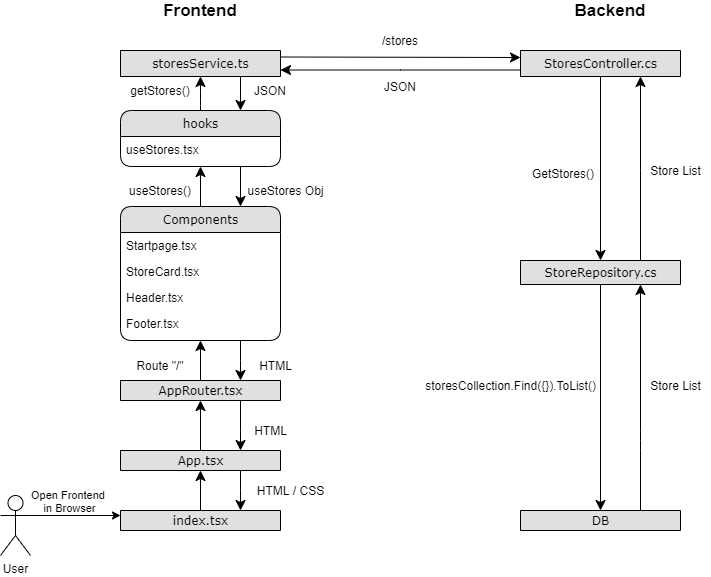
The draw.io diagram images/application_flow.png in seinol/capwatch-documentation, before a commit. Source tidied: cells renumbered, new cells last; positions are measured from the earlier drawing's top-left corner, leaving out a move shared by most shapes.
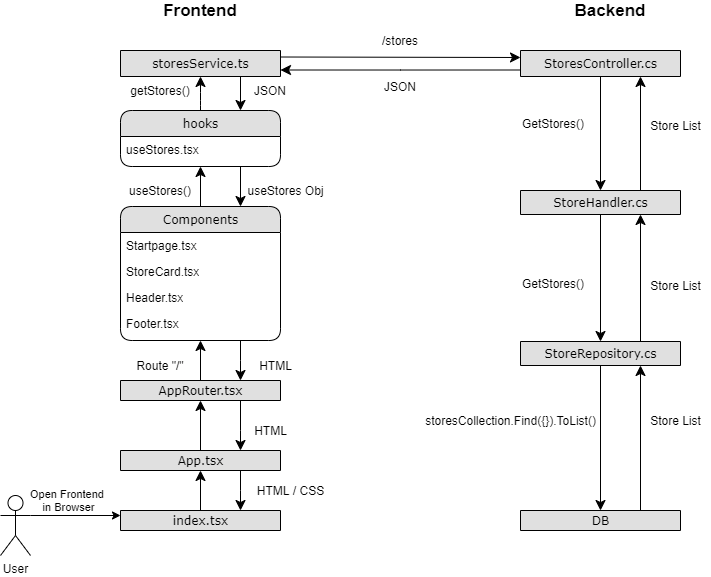
The same file after the commit.

Commit message:
fix: added StoreHandler Layer to Diagram

#CAPW-113

What changed in the source:
```diff
@@ -30,7 +30,7 @@
       <mxGeometry x="120" y="510" width="160" height="20" as="geometry" />
     </mxCell>
     <mxCell id="11" value="StoreRepository.cs" style="swimlane;html=1;fontStyle=0;horizontal=1;startSize=26;fillColor=#e0e0e0;swimlaneFillColor=#ffffff;align=center;rounded=1;shadow=0;comic=0;labelBackgroundColor=none;strokeWidth=1;fontFamily=Verdana;fontSize=12;" parent="1" vertex="1">
-      <mxGeometry x="520" y="260" width="160" height="24" as="geometry" />
+      <mxGeometry x="520" y="341" width="160" height="24" as="geometry" />
     </mxCell>
     <mxCell id="12" value="DB" style="swimlane;html=1;fontStyle=0;horizontal=1;startSize=26;fillColor=#e0e0e0;swimlaneFillColor=#ffffff;align=center;rounded=1;shadow=0;comic=0;labelBackgroundColor=none;strokeWidth=1;fontFamily=Verdana;fontSize=12;" parent="1" vertex="1">
       <mxGeometry x="520" y="510" width="160" height="20" as="geometry" />
@@ -51,7 +51,7 @@
     <mxCell id="16" style="edgeStyle=orthogonalEdgeStyle;html=1;labelBackgroundColor=none;startFill=1;startSize=8;endFill=0;endSize=8;fontFamily=Verdana;fontSize=12;startArrow=classic;endArrow=none;" parent="1" edge="1" source="12" target="11">
       <mxGeometry relative="1" as="geometry" />
     </mxCell>
-    <mxCell id="17" style="edgeStyle=orthogonalEdgeStyle;html=1;labelBackgroundColor=none;startFill=0;startSize=8;endFill=1;endSize=8;fontFamily=Verdana;fontSize=12;" parent="1" edge="1" source="4" target="11">
+    <mxCell id="17" style="edgeStyle=orthogonalEdgeStyle;html=1;labelBackgroundColor=none;startFill=0;startSize=8;endFill=1;endSize=8;fontFamily=Verdana;fontSize=12;entryX=0.5;entryY=0;entryDx=0;entryDy=0;" parent="1" edge="1" source="4" target="52">
       <mxGeometry relative="1" as="geometry" />
     </mxCell>
     <mxCell id="18" style="edgeStyle=orthogonalEdgeStyle;html=1;entryX=0;entryY=0.75;labelBackgroundColor=none;startFill=1;startSize=8;endFill=0;endSize=8;fontFamily=Verdana;fontSize=12;exitX=1;exitY=0.75;entryDx=0;entryDy=0;rounded=0;exitDx=0;exitDy=0;startArrow=classic;endArrow=none;" parent="1" edge="1" source="25" target="4">
@@ -71,23 +71,9 @@
         </Array>
       </mxGeometry>
     </mxCell>
-    <mxCell id="20" style="edgeStyle=orthogonalEdgeStyle;html=1;labelBackgroundColor=none;startFill=1;startSize=8;endFill=0;endSize=8;fontFamily=Verdana;fontSize=12;entryX=0.75;entryY=0;entryDx=0;entryDy=0;startArrow=classic;endArrow=none;" parent="1" edge="1" target="12">
-      <mxGeometry relative="1" as="geometry">
-        <mxPoint x="640" y="284" as="sourcePoint" />
-        <Array as="points">
-          <mxPoint x="640" y="440" />
-          <mxPoint x="640" y="440" />
-        </Array>
-      </mxGeometry>
+    <mxCell id="20" style="edgeStyle=orthogonalEdgeStyle;html=1;labelBackgroundColor=none;startFill=1;startSize=8;endFill=0;endSize=8;fontFamily=Verdana;fontSize=12;entryX=0.75;entryY=0;entryDx=0;entryDy=0;startArrow=classic;endArrow=none;exitX=0.75;exitY=1;exitDx=0;exitDy=0;" parent="1" edge="1" source="11" target="12">
+      <mxGeometry relative="1" as="geometry" />
     </mxCell>
-    <mxCell id="21" style="edgeStyle=orthogonalEdgeStyle;html=1;exitX=0.75;exitY=0;labelBackgroundColor=none;startFill=0;startSize=8;endFill=1;endSize=8;fontFamily=Verdana;fontSize=12;exitDx=0;exitDy=0;entryX=0.75;entryY=1;entryDx=0;entryDy=0;rounded=0;" parent="1" edge="1" source="11" target="4">
-      <mxGeometry relative="1" as="geometry">
-        <Array as="points">
-          <mxPoint x="640" y="170" />
-          <mxPoint x="640" y="170" />
-        </Array>
-      </mxGeometry>
-    </mxCell>
     <mxCell id="22" value="App.tsx" style="swimlane;html=1;fontStyle=0;horizontal=1;startSize=26;fillColor=#e0e0e0;swimlaneFillColor=#ffffff;align=center;rounded=1;shadow=0;comic=0;labelBackgroundColor=none;strokeWidth=1;fontFamily=Verdana;fontSize=12;" parent="1" vertex="1">
       <mxGeometry x="120" y="450" width="160" height="20" as="geometry" />
     </mxCell>
@@ -186,16 +172,34 @@
       <mxGeometry x="250" y="480" width="80" height="20" as="geometry" />
     </mxCell>
     <mxCell id="47" value="GetStores()" style="text;whiteSpace=wrap;html=1;" parent="1" vertex="1">
-      <mxGeometry x="530" y="160" width="90" height="30" as="geometry" />
+      <mxGeometry x="520" y="110" width="90" height="30" as="geometry" />
     </mxCell>
     <mxCell id="48" value="storesCollection.Find({}).ToList()" style="text;html=1;align=center;verticalAlign=middle;strokeColor=none;" parent="1" vertex="1">
-      <mxGeometry x="415" y="375" width="190" height="20" as="geometry" />
+      <mxGeometry x="415" y="410" width="190" height="20" as="geometry" />
     </mxCell>
     <mxCell id="49" value="Store List" style="text;html=1;align=center;verticalAlign=middle;strokeColor=none;" parent="1" vertex="1">
-      <mxGeometry x="640" y="375" width="70" height="20" as="geometry" />
+      <mxGeometry x="640" y="410" width="70" height="20" as="geometry" />
     </mxCell>
     <mxCell id="50" value="Store List" style="text;html=1;align=center;verticalAlign=middle;strokeColor=none;" parent="1" vertex="1">
-      <mxGeometry x="640" y="160" width="70" height="20" as="geometry" />
+      <mxGeometry x="640" y="115" width="70" height="20" as="geometry" />
     </mxCell>
+    <mxCell id="51" style="edgeStyle=orthogonalEdgeStyle;html=1;labelBackgroundColor=none;startFill=1;startSize=8;endFill=0;endSize=8;fontFamily=Verdana;fontSize=12;entryX=0.75;entryY=0;entryDx=0;entryDy=0;startArrow=classic;endArrow=none;exitX=0.75;exitY=1;exitDx=0;exitDy=0;" parent="1" edge="1" source="52" target="11">
+      <mxGeometry relative="1" as="geometry" />
+    </mxCell>
+    <mxCell id="52" value="StoreHandler.cs" style="swimlane;html=1;fontStyle=0;horizontal=1;startSize=26;fillColor=#e0e0e0;swimlaneFillColor=#ffffff;align=center;rounded=1;shadow=0;comic=0;labelBackgroundColor=none;strokeWidth=1;fontFamily=Verdana;fontSize=12;" parent="1" vertex="1">
+      <mxGeometry x="520" y="190" width="160" height="24" as="geometry" />
+    </mxCell>
+    <mxCell id="53" style="edgeStyle=orthogonalEdgeStyle;html=1;labelBackgroundColor=none;startFill=1;startSize=8;endFill=0;endSize=8;fontFamily=Verdana;fontSize=12;startArrow=classic;endArrow=none;exitX=0.75;exitY=1;exitDx=0;exitDy=0;entryX=0.75;entryY=0;entryDx=0;entryDy=0;" parent="1" edge="1" source="4" target="52">
+      <mxGeometry relative="1" as="geometry" />
+    </mxCell>
+    <mxCell id="54" style="edgeStyle=orthogonalEdgeStyle;html=1;labelBackgroundColor=none;startFill=0;startSize=8;endFill=1;endSize=8;fontFamily=Verdana;fontSize=12;exitX=0.5;exitY=1;exitDx=0;exitDy=0;entryX=0.5;entryY=0;entryDx=0;entryDy=0;" parent="1" edge="1" source="52" target="11">
+      <mxGeometry relative="1" as="geometry" />
+    </mxCell>
+    <mxCell id="55" value="GetStores()" style="text;whiteSpace=wrap;html=1;" parent="1" vertex="1">
+      <mxGeometry x="520" y="270" width="90" height="30" as="geometry" />
+    </mxCell>
+    <mxCell id="56" value="Store List" style="text;html=1;align=center;verticalAlign=middle;strokeColor=none;" parent="1" vertex="1">
+      <mxGeometry x="640" y="275" width="70" height="20" as="geometry" />
+    </mxCell>
   </root>
 </mxGraphModel>
```
